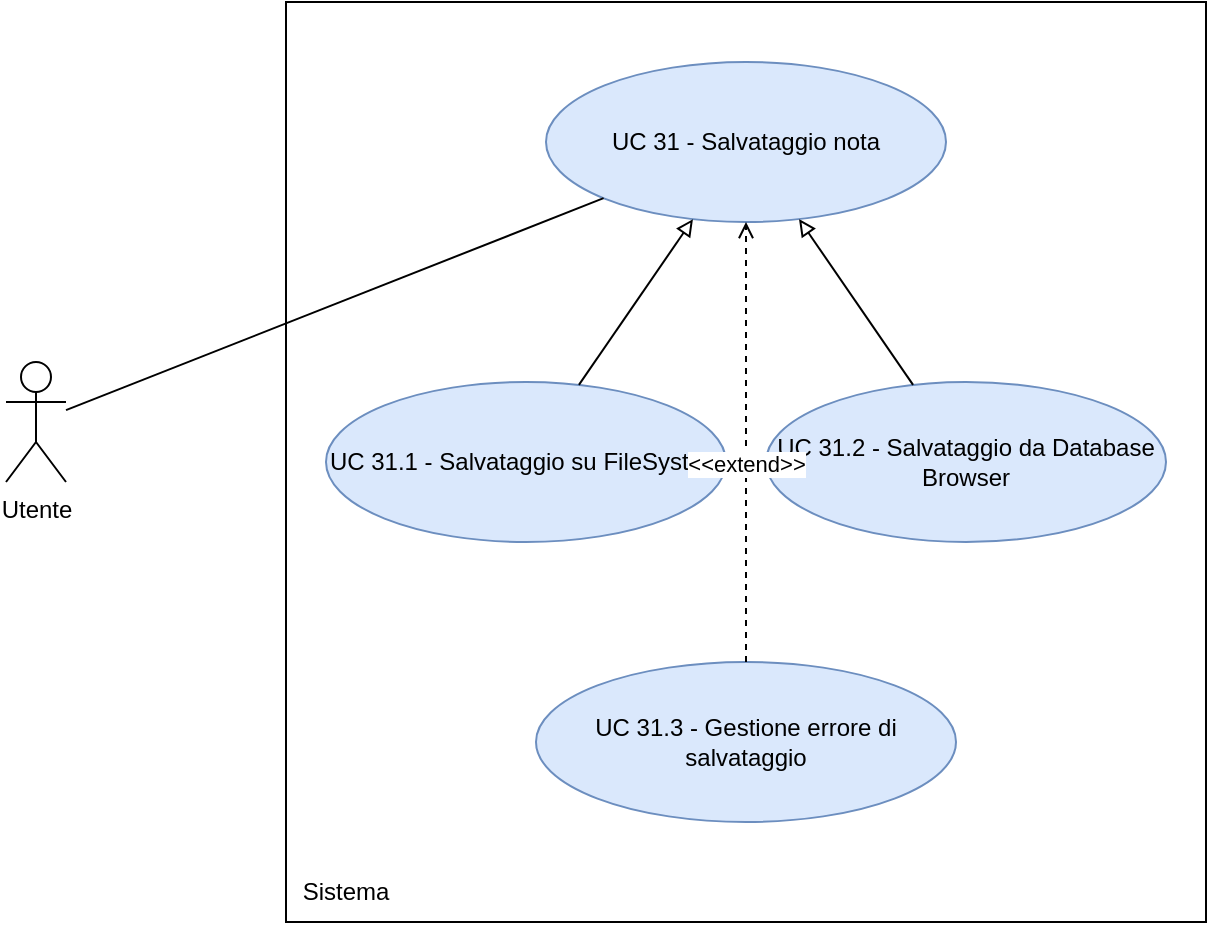
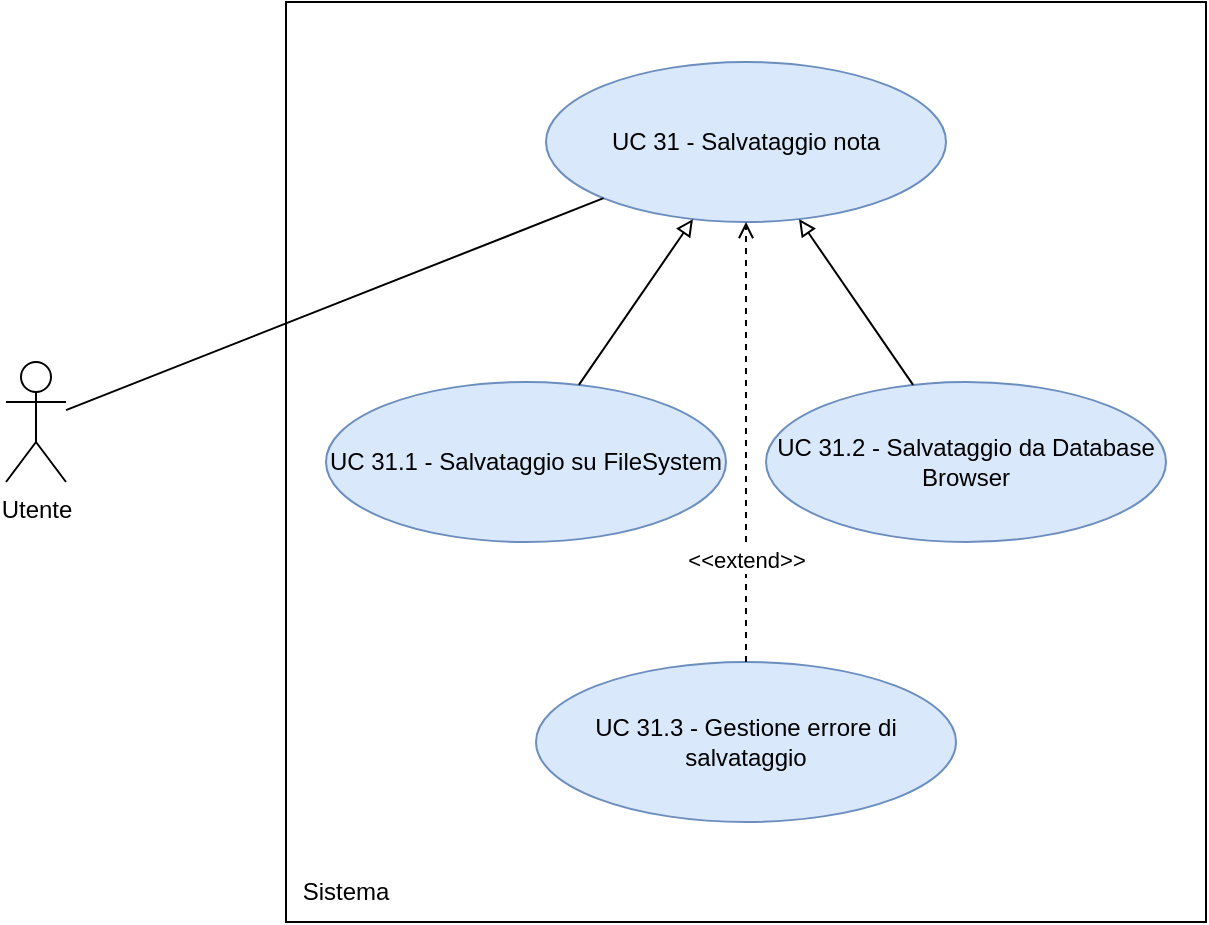
<mxfile host="app.diagrams.net">
  <diagram name="UC 11 - Gestione Codice" id="Kt2Dgr2KxfvWRwyXOeAN">
-     <mxGraphModel dx="1483" dy="1032" grid="1" gridSize="10" guides="1" tooltips="1" connect="1" arrows="1" fold="1" page="1" pageScale="1" pageWidth="850" pageHeight="1100" math="0" shadow="0">
+     <mxGraphModel dx="1634" dy="1032" grid="1" gridSize="10" guides="1" tooltips="1" connect="1" arrows="1" fold="1" page="1" pageScale="1" pageWidth="850" pageHeight="1100" math="0" shadow="0">
      <root>
        <mxCell id="0" />
        <mxCell id="1" parent="0" />
-         <mxCell id="RaLqJGYHGWQkEpiDzxTo-662" parent="1" style="shape=umlActor;verticalLabelPosition=bottom;verticalAlign=top;html=1;outlineConnect=0;" value="Utente" vertex="1">
-           <mxGeometry height="60" width="30" x="90" y="370" as="geometry" />
+         <mxCell id="p2sep0m7qQ60FvVHNfT_-631" parent="1" style="shape=umlActor;verticalLabelPosition=bottom;verticalAlign=top;html=1;outlineConnect=0;" value="Utente" vertex="1">
+           <mxGeometry height="60" width="30" x="40" y="280" as="geometry" />
        </mxCell>
-         <mxCell id="RaLqJGYHGWQkEpiDzxTo-663" parent="1" style="whiteSpace=wrap;html=1;aspect=fixed;" value="" vertex="1">
-           <mxGeometry height="460" width="460" x="230" y="190" as="geometry" />
+         <mxCell id="p2sep0m7qQ60FvVHNfT_-632" parent="1" style="whiteSpace=wrap;html=1;aspect=fixed;" value="" vertex="1">
+           <mxGeometry height="460" width="460" x="180" y="100" as="geometry" />
        </mxCell>
-         <mxCell id="RaLqJGYHGWQkEpiDzxTo-664" parent="1" style="text;html=1;whiteSpace=wrap;strokeColor=none;fillColor=none;align=center;verticalAlign=middle;rounded=0;" value="Sistema" vertex="1">
-           <mxGeometry height="30" width="60" x="230" y="620" as="geometry" />
+         <mxCell id="p2sep0m7qQ60FvVHNfT_-633" parent="1" style="text;html=1;whiteSpace=wrap;strokeColor=none;fillColor=none;align=center;verticalAlign=middle;rounded=0;" value="Sistema" vertex="1">
+           <mxGeometry height="30" width="60" x="180" y="530" as="geometry" />
        </mxCell>
-         <mxCell id="RaLqJGYHGWQkEpiDzxTo-665" parent="1" style="ellipse;whiteSpace=wrap;html=1;fillColor=#dae8fc;strokeColor=#6c8ebf;" value="UC 31 - Salvataggio nota" vertex="1">
-           <mxGeometry height="80" width="200" x="360" y="220" as="geometry" />
+         <mxCell id="p2sep0m7qQ60FvVHNfT_-634" parent="1" style="ellipse;whiteSpace=wrap;html=1;fillColor=#dae8fc;strokeColor=#6c8ebf;" value="UC 31 - Salvataggio nota" vertex="1">
+           <mxGeometry height="80" width="200" x="310" y="130" as="geometry" />
        </mxCell>
-         <mxCell id="RaLqJGYHGWQkEpiDzxTo-666" edge="1" parent="1" source="RaLqJGYHGWQkEpiDzxTo-662" style="edgeStyle=none;rounded=0;orthogonalLoop=1;jettySize=auto;html=1;endArrow=none;endFill=0;" target="RaLqJGYHGWQkEpiDzxTo-665">
+         <mxCell id="p2sep0m7qQ60FvVHNfT_-635" edge="1" parent="1" source="p2sep0m7qQ60FvVHNfT_-631" style="edgeStyle=none;rounded=0;orthogonalLoop=1;jettySize=auto;html=1;endArrow=none;endFill=0;" target="p2sep0m7qQ60FvVHNfT_-634">
          <mxGeometry relative="1" as="geometry" />
        </mxCell>
-         <mxCell id="RaLqJGYHGWQkEpiDzxTo-667" parent="1" style="ellipse;whiteSpace=wrap;html=1;fillColor=#dae8fc;strokeColor=#6c8ebf;" value="UC 31.1 - Salvataggio su FileSystem" vertex="1">
-           <mxGeometry height="80" width="200" x="250" y="380" as="geometry" />
+         <mxCell id="p2sep0m7qQ60FvVHNfT_-636" parent="1" style="ellipse;whiteSpace=wrap;html=1;fillColor=#dae8fc;strokeColor=#6c8ebf;" value="UC 31.1 - Salvataggio su FileSystem" vertex="1">
+           <mxGeometry height="80" width="200" x="200" y="290" as="geometry" />
        </mxCell>
-         <mxCell id="RaLqJGYHGWQkEpiDzxTo-668" edge="1" parent="1" source="RaLqJGYHGWQkEpiDzxTo-667" style="edgeStyle=none;rounded=0;orthogonalLoop=1;jettySize=auto;html=1;endArrow=block;endFill=0;" target="RaLqJGYHGWQkEpiDzxTo-665">
+         <mxCell id="p2sep0m7qQ60FvVHNfT_-637" edge="1" parent="1" source="p2sep0m7qQ60FvVHNfT_-636" style="edgeStyle=none;rounded=0;orthogonalLoop=1;jettySize=auto;html=1;endArrow=block;endFill=0;" target="p2sep0m7qQ60FvVHNfT_-634">
          <mxGeometry relative="1" as="geometry" />
        </mxCell>
-         <mxCell id="RaLqJGYHGWQkEpiDzxTo-669" parent="1" style="ellipse;whiteSpace=wrap;html=1;fillColor=#dae8fc;strokeColor=#6c8ebf;" value="UC 31.2 - Salvataggio da Database Browser" vertex="1">
-           <mxGeometry height="80" width="200" x="470" y="380" as="geometry" />
+         <mxCell id="p2sep0m7qQ60FvVHNfT_-638" parent="1" style="ellipse;whiteSpace=wrap;html=1;fillColor=#dae8fc;strokeColor=#6c8ebf;" value="UC 31.2 - Salvataggio da Database Browser" vertex="1">
+           <mxGeometry height="80" width="200" x="420" y="290" as="geometry" />
        </mxCell>
-         <mxCell id="RaLqJGYHGWQkEpiDzxTo-670" edge="1" parent="1" source="RaLqJGYHGWQkEpiDzxTo-669" style="edgeStyle=none;rounded=0;orthogonalLoop=1;jettySize=auto;html=1;endArrow=block;endFill=0;" target="RaLqJGYHGWQkEpiDzxTo-665">
+         <mxCell id="p2sep0m7qQ60FvVHNfT_-639" edge="1" parent="1" source="p2sep0m7qQ60FvVHNfT_-638" style="edgeStyle=none;rounded=0;orthogonalLoop=1;jettySize=auto;html=1;endArrow=block;endFill=0;" target="p2sep0m7qQ60FvVHNfT_-634">
          <mxGeometry relative="1" as="geometry" />
        </mxCell>
-         <mxCell id="RaLqJGYHGWQkEpiDzxTo-671" parent="1" style="ellipse;whiteSpace=wrap;html=1;fillColor=#dae8fc;strokeColor=#6c8ebf;" value="UC 31.3 - Gestione errore di salvataggio" vertex="1">
-           <mxGeometry height="80" width="210" x="355" y="520" as="geometry" />
+         <mxCell id="p2sep0m7qQ60FvVHNfT_-640" parent="1" style="ellipse;whiteSpace=wrap;html=1;fillColor=#dae8fc;strokeColor=#6c8ebf;" value="UC 31.3 - Gestione errore di salvataggio" vertex="1">
+           <mxGeometry height="80" width="210" x="305" y="430" as="geometry" />
        </mxCell>
-         <mxCell id="RaLqJGYHGWQkEpiDzxTo-672" edge="1" parent="1" source="RaLqJGYHGWQkEpiDzxTo-671" style="edgeStyle=none;rounded=0;orthogonalLoop=1;jettySize=auto;html=1;endArrow=open;endFill=0;dashed=1;" target="RaLqJGYHGWQkEpiDzxTo-665">
+         <mxCell id="p2sep0m7qQ60FvVHNfT_-641" edge="1" parent="1" source="p2sep0m7qQ60FvVHNfT_-640" style="edgeStyle=none;rounded=0;orthogonalLoop=1;jettySize=auto;html=1;endArrow=open;endFill=0;dashed=1;" target="p2sep0m7qQ60FvVHNfT_-634">
          <mxGeometry relative="1" as="geometry" />
        </mxCell>
-         <mxCell id="RaLqJGYHGWQkEpiDzxTo-673" connectable="0" parent="RaLqJGYHGWQkEpiDzxTo-672" style="edgeLabel;html=1;align=center;verticalAlign=middle;resizable=0;points=[];" value="&amp;lt;&amp;lt;extend&amp;gt;&amp;gt;" vertex="1">
+         <mxCell id="p2sep0m7qQ60FvVHNfT_-642" connectable="0" parent="p2sep0m7qQ60FvVHNfT_-641" style="edgeLabel;html=1;align=center;verticalAlign=middle;resizable=0;points=[];" value="&amp;lt;&amp;lt;extend&amp;gt;&amp;gt;" vertex="1">
          <mxGeometry relative="1" x="-0.1" as="geometry">
-             <mxPoint as="offset" />
+             <mxPoint y="48" as="offset" />
          </mxGeometry>
        </mxCell>
      </root>
    </mxGraphModel>
  </diagram>
</mxfile>
